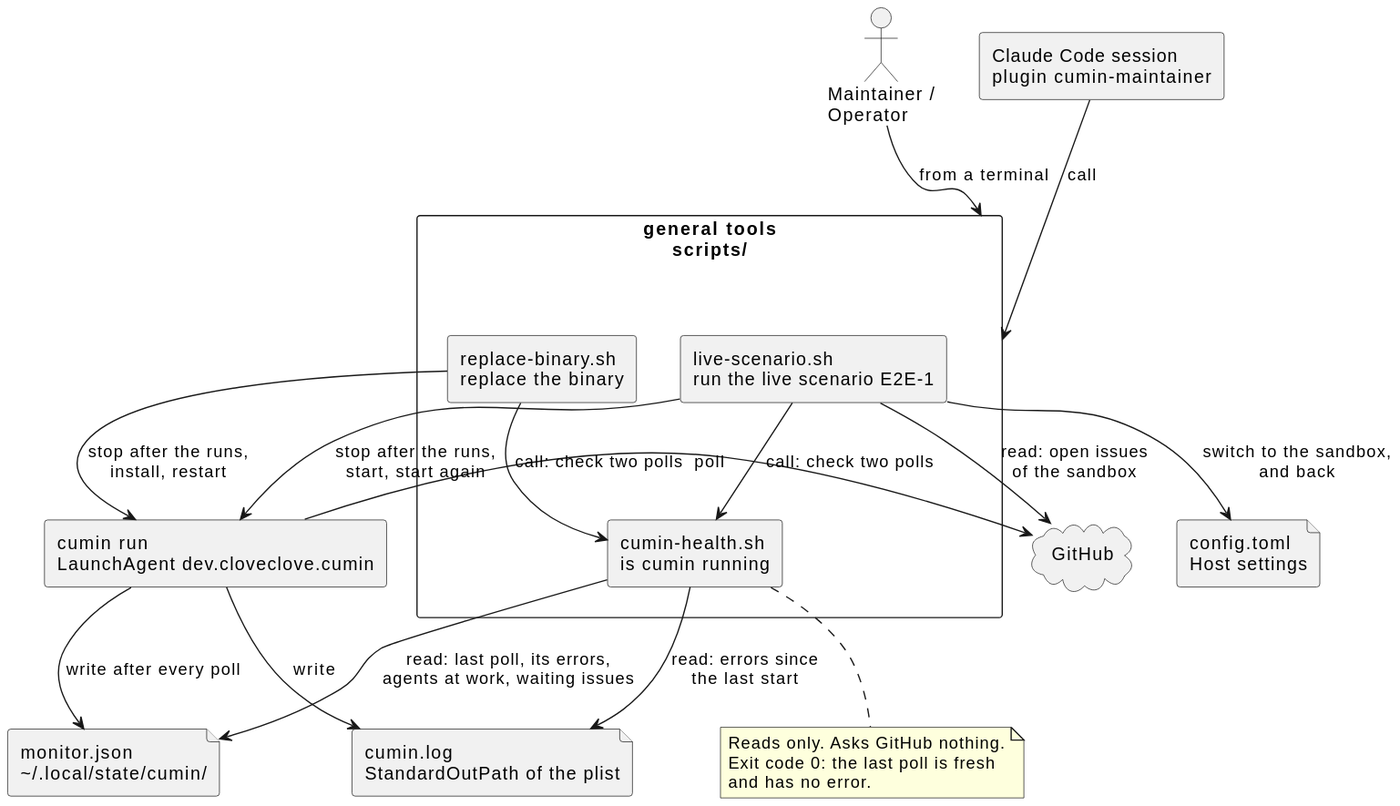
Above: docs/ja/guides/host-tools.svg in cloveclovedev/cumin-works (PlantUML), before the change.
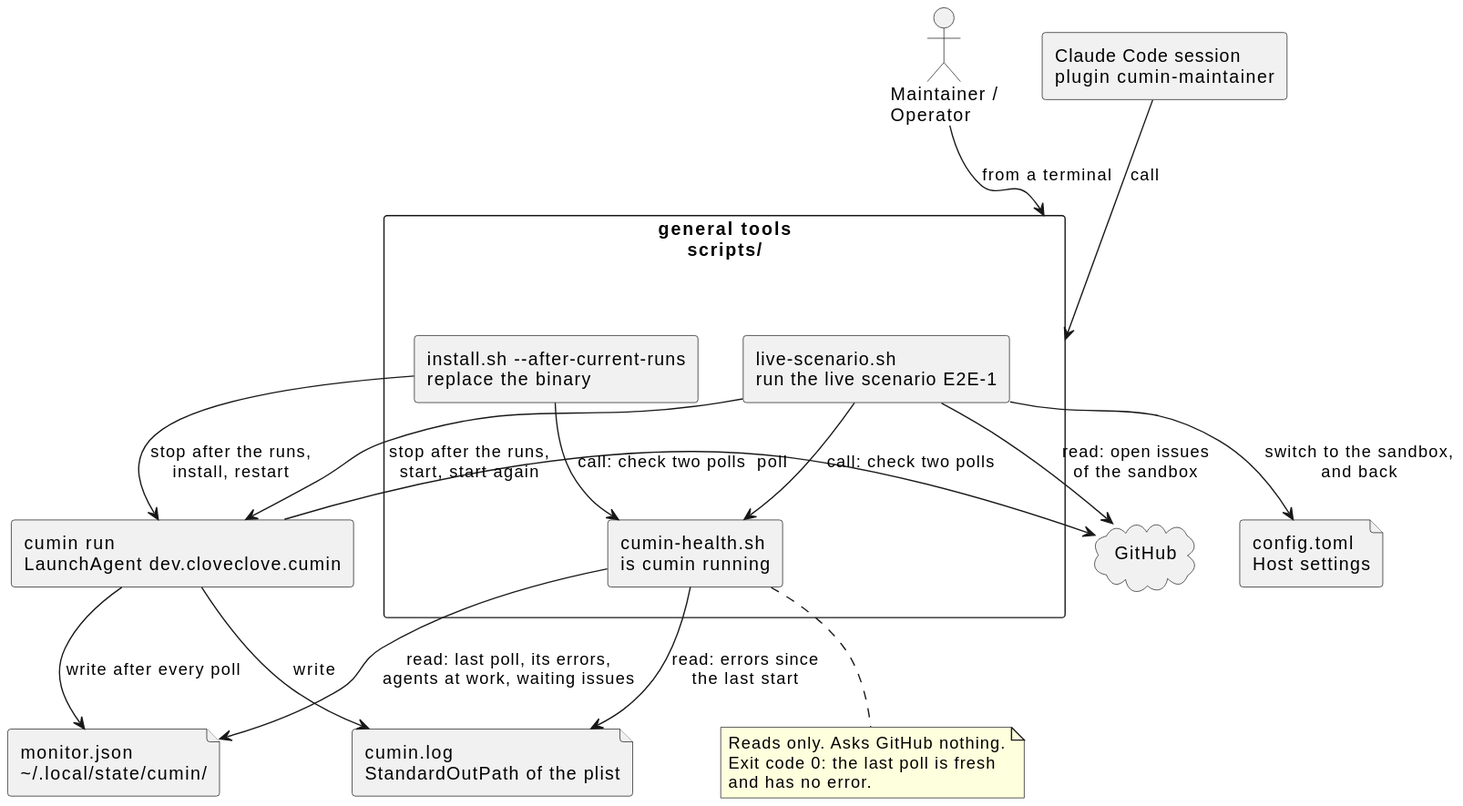
Above is the later version.

Commit message:
docs(plugin): name install.sh --after-current-runs in the skill host and the guides (#769)

Change to the diagram source:
```diff
@@ -7,7 +7,7 @@
 
 rectangle "general tools\nscripts/" as tools {
   rectangle "cumin-health.sh\nis cumin running" as health
-  rectangle "replace-binary.sh\nreplace the binary" as replace
+  rectangle "install.sh --after-current-runs\nreplace the binary" as replace
   rectangle "live-scenario.sh\nrun the live scenario E2E-1" as live
 }
 
```
